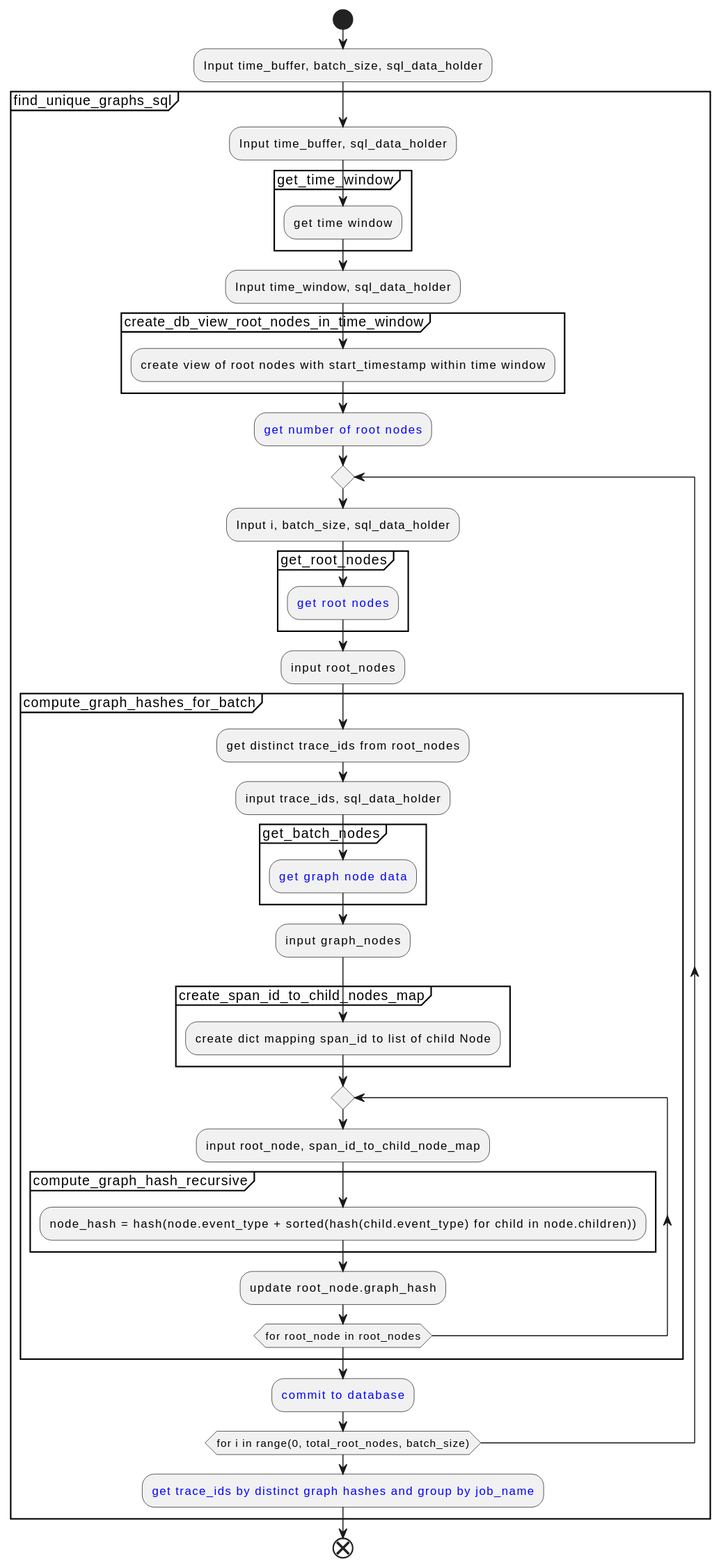
xtuml/otel2puml keeps this PlantUML diagram as docs/development/design/3-DN-Retrieving_unique_graphs_from_Otel_data/Algorithm_Overview.svg. Above is the earlier version.
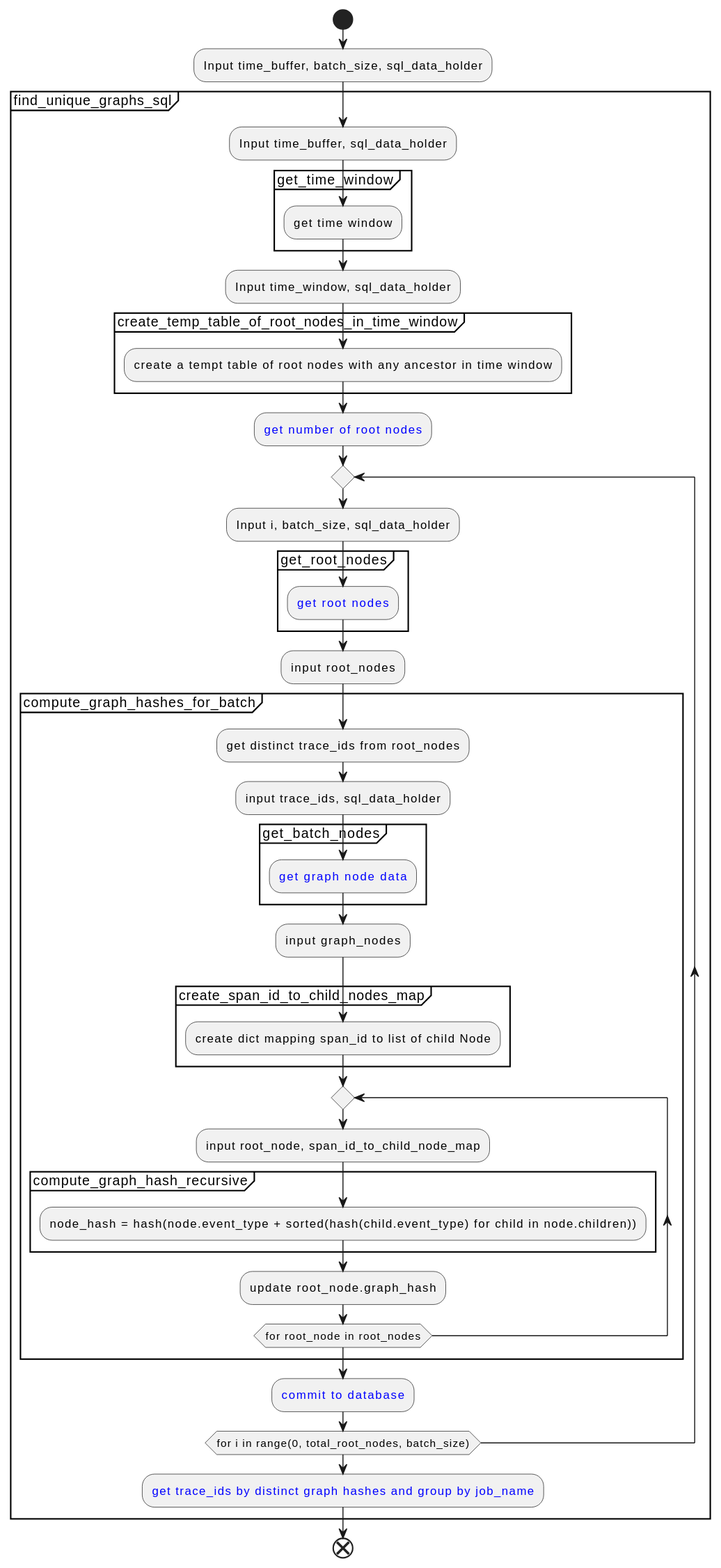
Above is the later version.

Commit message:
61 function to create sql view for root nodes (#64)

Diff of the diagram source:
```diff
@@ -7,8 +7,8 @@
         :get time window;
     }
     :Input time_window, sql_data_holder;
-    partition "create_db_view_root_nodes_in_time_window" {
-        :create view of root nodes with start_timestamp within time window;
+    partition "create_temp_table_of_root_nodes_in_time_window" {
+        :create a tempt table of root nodes with any ancestor in time window;
     }
         :<color:Blue>get number of root nodes;
         repeat
```
